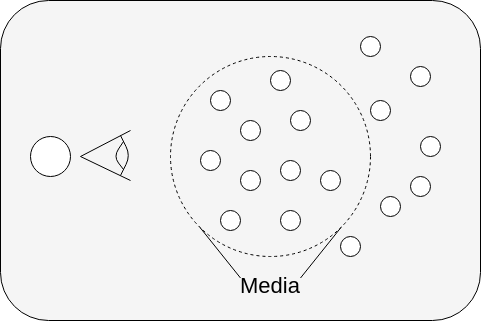
Earlier version of the draw.io export concept/images/2-3.drawio.png (CalvinMT/TrustVaccSim). Source tidied: cells renumbered, new cells last; positions are measured from the earlier drawing's top-left corner, leaving out a move shared by most shapes.
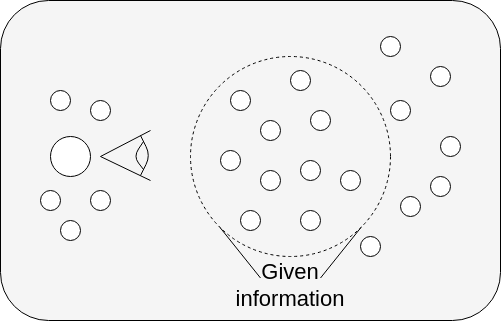
The same file after the commit.

Change to the diagram source:
```diff
@@ -3,7 +3,7 @@
     <mxCell id="0" />
     <mxCell id="1" parent="0" />
     <mxCell id="2" style="rounded=1;whiteSpace=wrap;html=1;fillColor=#F0F0F0A2;" parent="1" vertex="1">
-      <mxGeometry width="480" height="320" as="geometry" />
+      <mxGeometry x="-20" width="500" height="320" as="geometry" />
     </mxCell>
     <mxCell id="3" style="ellipse;whiteSpace=wrap;html=1;dashed=1;fillColor=#FFFFFF00;" parent="1" vertex="1">
       <mxGeometry x="170" y="56" width="200" height="200" as="geometry" />
@@ -92,7 +92,7 @@
         </Array>
       </mxGeometry>
     </mxCell>
-    <mxCell id="26" value="Media" style="text;html=1;strokeColor=none;fillColor=none;align=center;verticalAlign=middle;whiteSpace=wrap;rounded=0;fontStyle=0;fontSize=22;" parent="1" vertex="1">
+    <mxCell id="26" value="Given information" style="text;html=1;strokeColor=none;fillColor=none;align=center;verticalAlign=middle;whiteSpace=wrap;rounded=0;fontStyle=0;fontSize=22;" parent="1" vertex="1">
       <mxGeometry x="240" y="270" width="60" height="30" as="geometry" />
     </mxCell>
     <mxCell id="27" style="endArrow=none;html=1;fontSize=22;endSize=6;entryX=1;entryY=1;entryDx=0;entryDy=0;exitX=1;exitY=0.25;exitDx=0;exitDy=0;" parent="1" edge="1" source="26" target="3">
@@ -101,5 +101,20 @@
     <mxCell id="28" style="endArrow=none;html=1;fontSize=22;endSize=6;exitX=0;exitY=0.25;exitDx=0;exitDy=0;entryX=0;entryY=1;entryDx=0;entryDy=0;" parent="1" edge="1" source="26" target="3">
       <mxGeometry relative="1" as="geometry" />
     </mxCell>
+    <mxCell id="29" style="ellipse;whiteSpace=wrap;html=1;" parent="1" vertex="1">
+      <mxGeometry x="30" y="90" width="20" height="20" as="geometry" />
+    </mxCell>
+    <mxCell id="30" style="ellipse;whiteSpace=wrap;html=1;" parent="1" vertex="1">
+      <mxGeometry x="70" y="100" width="20" height="20" as="geometry" />
+    </mxCell>
+    <mxCell id="31" style="ellipse;whiteSpace=wrap;html=1;" parent="1" vertex="1">
+      <mxGeometry x="20" y="190" width="20" height="20" as="geometry" />
+    </mxCell>
+    <mxCell id="32" style="ellipse;whiteSpace=wrap;html=1;" parent="1" vertex="1">
+      <mxGeometry x="40" y="220" width="20" height="20" as="geometry" />
+    </mxCell>
+    <mxCell id="33" style="ellipse;whiteSpace=wrap;html=1;" parent="1" vertex="1">
+      <mxGeometry x="70" y="190" width="20" height="20" as="geometry" />
+    </mxCell>
   </root>
 </mxGraphModel>
```
